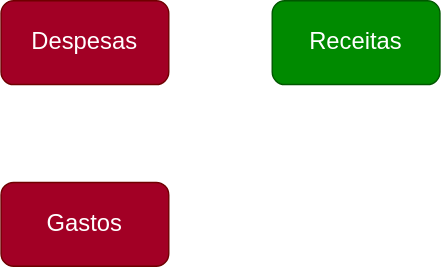
The draw.io diagram diagram.svg in GabrielJacobina/Finance, before a commit. Source tidied: cells renumbered, new cells last; positions are measured from the earlier drawing's top-left corner, leaving out a move shared by most shapes. The source it was exported from:
```xml
<mxGraphModel>
  <root>
    <mxCell id="0" />
    <mxCell id="1" parent="0" />
    <mxCell id="2" value="Despesas" style="rounded=1;whiteSpace=wrap;html=1;fillColor=#a20025;fontColor=#ffffff;strokeColor=#6F0000;fontSize=17;" parent="1" vertex="1">
      <mxGeometry width="120" height="60" as="geometry" />
    </mxCell>
    <mxCell id="3" value="&lt;font style=&quot;font-size: 17px&quot;&gt;Gastos&lt;/font&gt;" style="rounded=1;whiteSpace=wrap;html=1;fillColor=#a20025;fontColor=#ffffff;strokeColor=#6F0000;" parent="1" vertex="1">
      <mxGeometry y="130" width="120" height="60" as="geometry" />
    </mxCell>
    <mxCell id="4" value="Receitas" style="rounded=1;whiteSpace=wrap;html=1;fillColor=#008a00;fontColor=#ffffff;strokeColor=#005700;fontSize=17;" parent="1" vertex="1">
      <mxGeometry x="194" width="120" height="60" as="geometry" />
    </mxCell>
  </root>
</mxGraphModel>
```
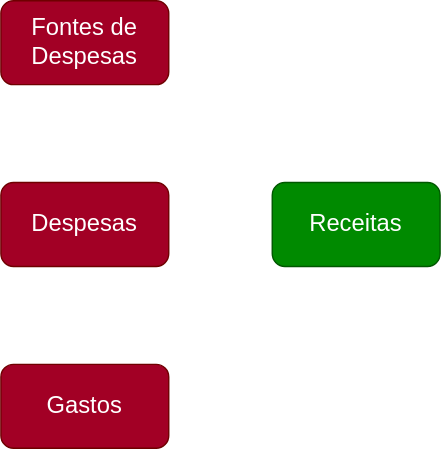
Later version of the same file.

Diff of the diagram source:
```diff
@@ -11,5 +11,8 @@
     <mxCell id="4" value="Receitas" style="rounded=1;whiteSpace=wrap;html=1;fillColor=#008a00;fontColor=#ffffff;strokeColor=#005700;fontSize=17;" parent="1" vertex="1">
       <mxGeometry x="194" width="120" height="60" as="geometry" />
     </mxCell>
+    <mxCell id="5" value="Fontes de Despesas" style="rounded=1;whiteSpace=wrap;html=1;fillColor=#a20025;fontColor=#ffffff;strokeColor=#6F0000;fontSize=17;" parent="1" vertex="1">
+      <mxGeometry y="-130" width="120" height="60" as="geometry" />
+    </mxCell>
   </root>
 </mxGraphModel>
```
